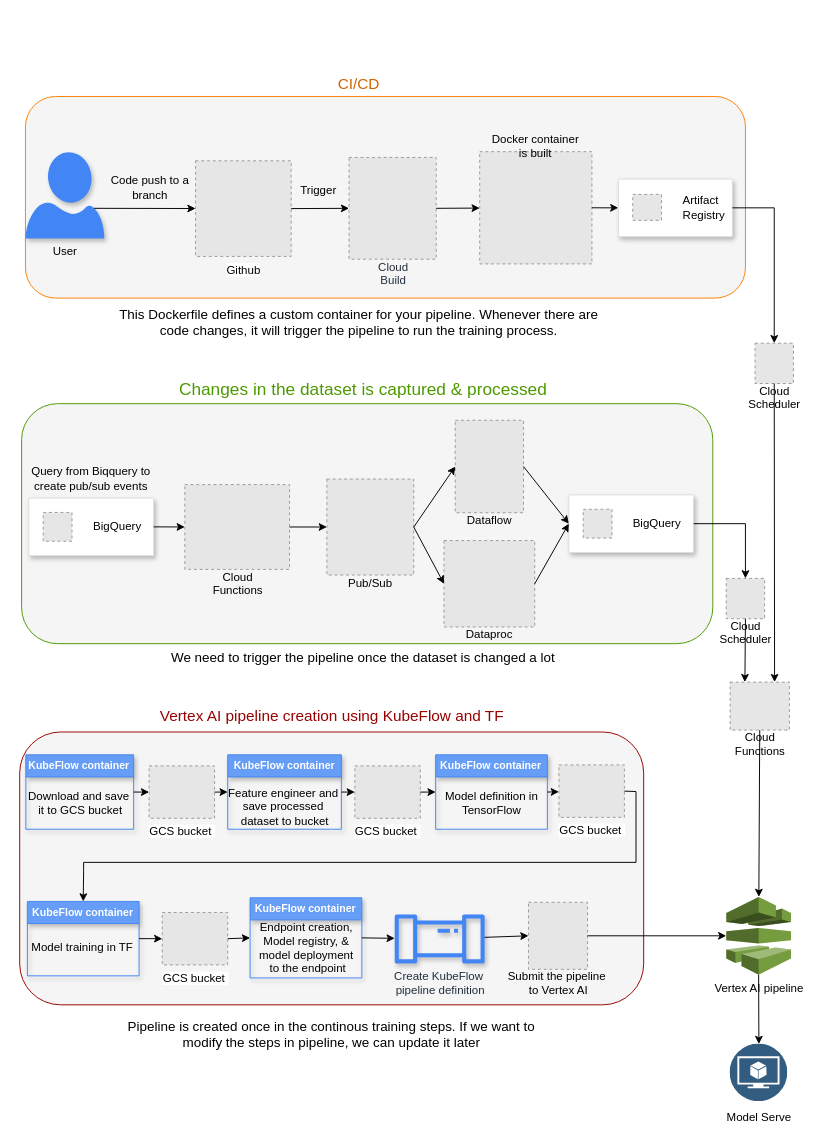
Earlier version of the draw.io diagram continous_training.drawio (dkarunakaran/CT-CD-MLOPS). Source tidied: cells renumbered, new cells numbered last; positions are measured from the earlier drawing's top-left corner, leaving out a move shared by most shapes. Both pictures are drawn from the tidied source at 96%, with x=0, y=0 at pixel (17, 60). Pictures stored in the file or linked from it are replaced by grey dashed boxes.
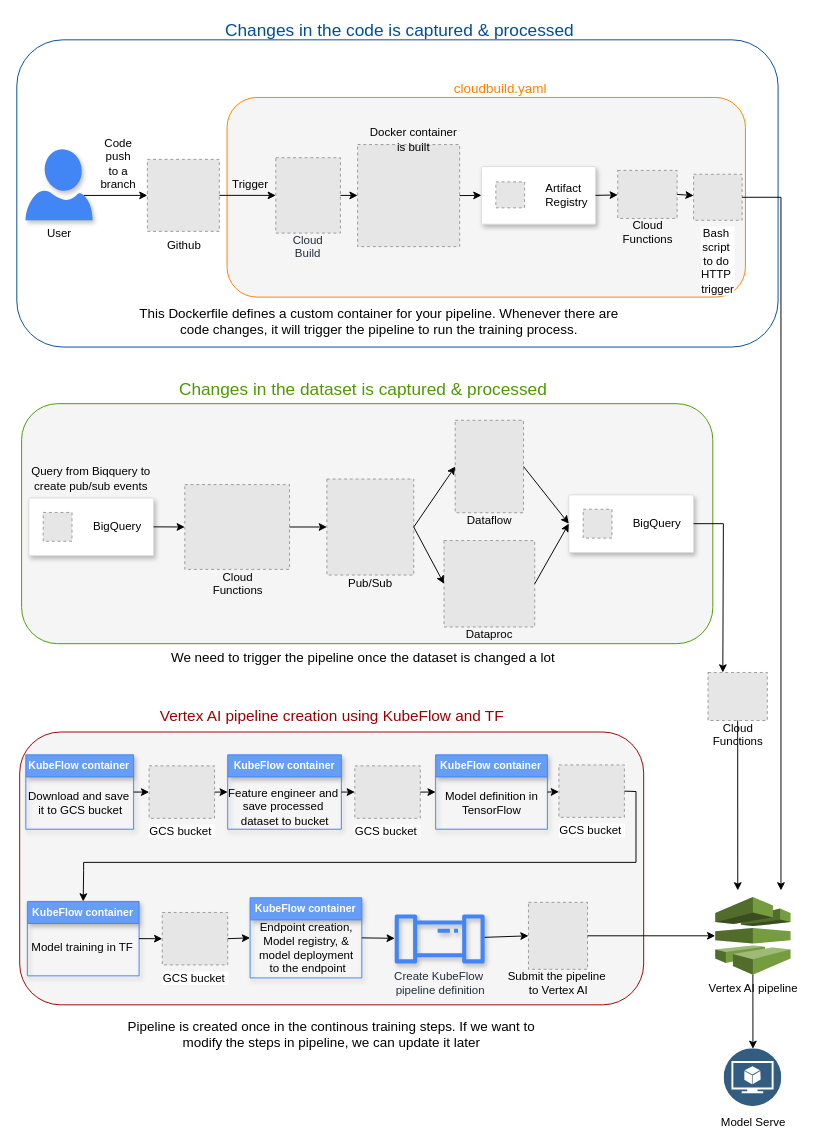
The same diagram, later.

Commit message:
Changes in architecture diagram editor

The change refers to these unchanged cells:
```xml
<mxCell id="63" style="strokeColor=#dddddd;shadow=1;strokeWidth=1;rounded=1;absoluteArcSize=1;arcSize=2;" parent="56" vertex="1">
  <mxGeometry x="470" y="77.7" width="130" height="60" as="geometry" />
</mxCell>
```

What changed in the source:
```diff
@@
     <mxCell id="2" style="group;fontColor=#000000;" parent="1" vertex="1">
-      <mxGeometry x="8" width="750" height="290" as="geometry" />
+      <mxGeometry x="8" y="-1" width="780" height="300" as="geometry" />
     </mxCell>
+    <mxCell id="85" style="rounded=1;whiteSpace=wrap;html=1;strokeColor=#004C99;" parent="2" vertex="1">
+      <mxGeometry x="-9" y="-20" width="793" height="320" as="geometry" />
+    </mxCell>
     <mxCell id="3" style="rounded=1;whiteSpace=wrap;html=1;fillColor=#f5f5f5;fontColor=#333333;strokeColor=#FF8000;" parent="2" vertex="1">
-      <mxGeometry y="38" width="750" height="210" as="geometry" />
+      <mxGeometry x="210" y="40" width="540" height="208" as="geometry" />
     </mxCell>
     <mxCell id="4" value="&lt;font style=&quot;font-size: 12px;&quot;&gt;Cloud&lt;br&gt;Build&lt;/font&gt;" style="fillColor=#E6E6E6;strokeColor=#999999;dashed=1;html=1;verticalAlign=top;labelPosition=center;verticalLabelPosition=bottom;align=center;spacingTop=-6;fontSize=11;fontStyle=0;fontColor=#232F3E;" parent="2" vertex="1">
-      <mxGeometry x="337.1" y="101.5" width="90.8" height="106" as="geometry" />
+      <mxGeometry x="260.8" y="102.8" width="67.3" height="78.5" as="geometry" />
     </mxCell>
-    <mxCell id="5" value="User" style="verticalLabelPosition=bottom;html=1;verticalAlign=top;align=center;strokeColor=none;fillColor=#4285F4;shape=mxgraph.azure.user;shadow=1;" parent="2" vertex="1">
-      <mxGeometry y="96" width="82.2" height="90" as="geometry" />
-    </mxCell>
     <mxCell id="6" value="Github" style="fillColor=#E6E6E6;strokeColor=#999999;dashed=1;html=1;verticalAlign=top;verticalLabelPosition=bottom;labelBackgroundColor=#ffffff;" parent="2" vertex="1">
-      <mxGeometry x="177.2" y="105" width="99.6" height="99.6" as="geometry" />
+      <mxGeometry x="127" y="104.5" width="75" height="75" as="geometry" />
     </mxCell>
-    <mxCell id="7" style="endArrow=classic;html=1;rounded=0;exitX=0.87;exitY=0.65;exitDx=0;exitDy=0;exitPerimeter=0;" parent="2" edge="1" source="5" target="6">
-      <mxGeometry relative="1" as="geometry" />
-    </mxCell>
@@
     <mxCell id="9" value="Code push to a branch" style="text;html=1;align=center;verticalAlign=middle;whiteSpace=wrap;rounded=0;" parent="2" vertex="1">
-      <mxGeometry x="82.2" y="118" width="95.9" height="30" as="geometry" />
+      <mxGeometry x="77" y="94" width="40" height="30" as="geometry" />
     </mxCell>
     <mxCell id="10" value="Trigger" style="text;html=1;align=center;verticalAlign=middle;whiteSpace=wrap;rounded=0;" parent="2" vertex="1">
-      <mxGeometry x="277.7" y="120.5" width="54.8" height="30" as="geometry" />
+      <mxGeometry x="207" y="116" width="54.8" height="30" as="geometry" />
     </mxCell>
@@
     <mxCell id="12" style="strokeColor=#dddddd;shadow=1;strokeWidth=1;rounded=1;absoluteArcSize=1;arcSize=2;" parent="2" vertex="1">
-      <mxGeometry x="617.6" y="124" width="118.8" height="60" as="geometry" />
+      <mxGeometry x="475" y="112" width="118.8" height="60" as="geometry" />
     </mxCell>
@@
     <mxCell id="14" style="group;shadow=1;" parent="2" vertex="1">
-      <mxGeometry x="473.2" y="75" width="116.9" height="148.5" as="geometry" />
+      <mxGeometry x="346" y="70.5" width="116.8" height="135" as="geometry" />
     </mxCell>
     <mxCell id="15" style="fillColor=#E6E6E6;strokeColor=#999999;dashed=1;html=1;verticalAlign=top;verticalLabelPosition=bottom;labelBackgroundColor=#ffffff;" parent="14" vertex="1">
-      <mxGeometry y="20.5" width="116.9" height="116.9" as="geometry" />
+      <mxGeometry y="18.6" width="106.3" height="106.3" as="geometry" />
     </mxCell>
     <mxCell id="16" value="Docker container is built" style="text;html=1;align=center;verticalAlign=middle;whiteSpace=wrap;rounded=0;" parent="14" vertex="1">
-      <mxGeometry x="10" width="96.8" height="30" as="geometry" />
+      <mxGeometry x="10" width="96.7" height="27.3" as="geometry" />
     </mxCell>
@@
-    <mxCell id="18" value="&lt;font style=&quot;font-size: 16px;&quot; color=&quot;#cc6600&quot;&gt;CI/CD&lt;/font&gt;" style="text;html=1;align=center;verticalAlign=middle;whiteSpace=wrap;rounded=0;" parent="2" vertex="1">
-      <mxGeometry x="319.8" y="10" width="54.8" height="30" as="geometry" />
-    </mxCell>
     <mxCell id="19" value="&lt;font style=&quot;font-size: 14px;&quot;&gt;This Dockerfile defines a custom container for your pipeline. Whenever there are code changes, it will trigger the pipeline to run the training process.&lt;/font&gt;" style="text;html=1;align=center;verticalAlign=middle;whiteSpace=wrap;rounded=0;" parent="2" vertex="1">
-      <mxGeometry x="95.9" y="258" width="502.5" height="30" as="geometry" />
+      <mxGeometry x="117" y="258" width="502.5" height="30" as="geometry" />
     </mxCell>
+    <mxCell id="5" value="User" style="verticalLabelPosition=bottom;html=1;verticalAlign=top;align=center;strokeColor=none;fillColor=#4285F4;shape=mxgraph.azure.user;shadow=1;" parent="2" vertex="1">
+      <mxGeometry y="94" width="70" height="74" as="geometry" />
+    </mxCell>
+    <mxCell id="7" style="endArrow=classic;html=1;rounded=0;exitX=0.87;exitY=0.65;exitDx=0;exitDy=0;exitPerimeter=0;" parent="2" edge="1" source="5" target="6">
+      <mxGeometry relative="1" as="geometry" />
+    </mxCell>
+    <mxCell id="86" value="Cloud&#10;Functions" style="fillColor=#E6E6E6;strokeColor=#999999;dashed=1;html=1;verticalAlign=top;labelPosition=center;verticalLabelPosition=bottom;align=center;spacingTop=-6;fontSize=12;fontStyle=0;fontColor=#000000;" parent="2" vertex="1">
+      <mxGeometry x="617" y="116" width="61.8" height="50" as="geometry" />
+    </mxCell>
+    <mxCell id="87" style="endArrow=classic;html=1;rounded=0;exitX=1;exitY=0.5;exitDx=0;exitDy=0;" parent="2" edge="1" source="12" target="86">
+      <mxGeometry relative="1" as="geometry" />
+    </mxCell>
+    <mxCell id="88" value="&lt;font color=&quot;#ff8000&quot; style=&quot;font-size: 14px;&quot;&gt;cloudbuild.yaml&lt;/font&gt;" style="text;html=1;align=center;verticalAlign=middle;whiteSpace=wrap;rounded=0;" parent="2" vertex="1">
+      <mxGeometry x="465" y="16" width="60" height="30" as="geometry" />
+    </mxCell>
+    <mxCell id="89" value="Bash&amp;nbsp;&lt;div&gt;script&amp;nbsp;&lt;div&gt;to do&amp;nbsp;&lt;/div&gt;&lt;div&gt;HTTP&amp;nbsp;&lt;/div&gt;&lt;div&gt;trigger&lt;/div&gt;&lt;/div&gt;" style="fillColor=#E6E6E6;strokeColor=#999999;dashed=1;html=1;verticalLabelPosition=bottom;labelBackgroundColor=#ffffff;verticalAlign=top;" parent="2" vertex="1">
+      <mxGeometry x="696" y="120" width="50.5" height="48" as="geometry" />
+    </mxCell>
+    <mxCell id="90" style="endArrow=classic;html=1;rounded=0;exitX=1;exitY=0.5;exitDx=0;exitDy=0;" parent="2" edge="1" source="86" target="89">
+      <mxGeometry relative="1" as="geometry" />
+    </mxCell>
@@
     <mxCell id="73" value="Vertex AI pipeline" style="outlineConnect=0;dashed=0;verticalLabelPosition=bottom;verticalAlign=top;align=center;html=1;shape=mxgraph.aws3.codepipeline;fillColor=#759C3E;gradientColor=none;" parent="1" vertex="1">
-      <mxGeometry x="738" y="871.8" width="67.5" height="81" as="geometry" />
+      <mxGeometry x="726.5" y="871.8" width="78.5" height="81" as="geometry" />
     </mxCell>
@@
-    <mxCell id="75" style="endArrow=classic;html=1;rounded=0;exitX=1;exitY=0.5;exitDx=0;exitDy=0;" parent="1" edge="1" source="12" target="80">
-      <mxGeometry relative="1" as="geometry">
-        <Array as="points">
-          <mxPoint x="788" y="154" />
-        </Array>
-      </mxGeometry>
-    </mxCell>
     <mxCell id="76" value="Cloud&#10;Functions" style="fillColor=#E6E6E6;strokeColor=#999999;dashed=1;html=1;verticalAlign=top;labelPosition=center;verticalLabelPosition=bottom;align=center;spacingTop=-6;fontSize=12;fontStyle=0;fontColor=#000000;" parent="1" vertex="1">
-      <mxGeometry x="742" y="648" width="61.8" height="50" as="geometry" />
+      <mxGeometry x="719" y="638" width="61.8" height="50" as="geometry" />
     </mxCell>
-    <mxCell id="77" style="endArrow=classic;html=1;rounded=0;exitX=0.5;exitY=1;exitDx=0;exitDy=0;" parent="1" edge="1" source="76" target="73">
-      <mxGeometry relative="1" as="geometry" />
+    <mxCell id="77" value="&lt;div&gt;&lt;br&gt;&lt;/div&gt;&lt;div&gt;&lt;br&gt;&lt;/div&gt;" style="endArrow=classic;html=1;rounded=0;exitX=0.5;exitY=1;exitDx=0;exitDy=0;" parent="1" edge="1" source="76">
+      <mxGeometry relative="1" as="geometry">
+        <mxPoint x="750" y="865" as="targetPoint" />
+      </mxGeometry>
     </mxCell>
     <mxCell id="78" value="&lt;font color=&quot;#000000&quot;&gt;Model Serve&lt;/font&gt;" style="image;perimeter=ellipsePerimeter;html=1;align=center;shadow=0;dashed=0;fontColor=#4277BB;labelBackgroundColor=default;fontSize=12;spacingTop=3;image=img/lib/ibm/data/model.svg;" parent="1" vertex="1">
-      <mxGeometry x="742" y="1025" width="60" height="60" as="geometry" />
+      <mxGeometry x="735.8" y="1030" width="60" height="60" as="geometry" />
     </mxCell>
@@
-    <mxCell id="80" value="&lt;font color=&quot;#000000&quot; style=&quot;font-size: 12px; font-weight: normal;&quot;&gt;Cloud&lt;br&gt;Scheduler&lt;/font&gt;" style="fillColor=#E6E6E6;strokeColor=#999999;dashed=1;html=1;verticalAlign=top;labelPosition=center;verticalLabelPosition=bottom;align=center;spacingTop=-6;fontSize=11;fontStyle=1;fontColor=#999999;" parent="1" vertex="1">
-      <mxGeometry x="768" y="295" width="40" height="42" as="geometry" />
-    </mxCell>
-    <mxCell id="81" value="&lt;font color=&quot;#000000&quot; style=&quot;font-size: 12px; font-weight: normal;&quot;&gt;Cloud&lt;br&gt;Scheduler&lt;/font&gt;" style="fillColor=#E6E6E6;strokeColor=#999999;dashed=1;html=1;verticalAlign=top;labelPosition=center;verticalLabelPosition=bottom;align=center;spacingTop=-6;fontSize=11;fontStyle=1;fontColor=#999999;" parent="1" vertex="1">
-      <mxGeometry x="738" y="540" width="40" height="42" as="geometry" />
-    </mxCell>
-    <mxCell id="82" style="endArrow=classic;html=1;rounded=0;exitX=1;exitY=0.5;exitDx=0;exitDy=0;entryX=0.5;entryY=0;entryDx=0;entryDy=0;" parent="1" edge="1" source="63" target="81">
+    <mxCell id="82" style="endArrow=classic;html=1;rounded=0;exitX=1;exitY=0.5;exitDx=0;exitDy=0;entryX=0.25;entryY=0;entryDx=0;entryDy=0;" parent="1" edge="1" source="63" target="76">
       <mxGeometry relative="1" as="geometry">
         <Array as="points">
-          <mxPoint x="758" y="483" />
+          <mxPoint x="735" y="483" />
         </Array>
       </mxGeometry>
     </mxCell>
-    <mxCell id="83" style="endArrow=classic;html=1;rounded=0;exitX=0.5;exitY=1;exitDx=0;exitDy=0;entryX=0.25;entryY=0;entryDx=0;entryDy=0;" parent="1" edge="1" source="81" target="76">
-      <mxGeometry relative="1" as="geometry" />
-    </mxCell>
-    <mxCell id="84" style="endArrow=classic;html=1;rounded=0;exitX=0.5;exitY=1;exitDx=0;exitDy=0;entryX=0.75;entryY=0;entryDx=0;entryDy=0;" parent="1" edge="1" source="80" target="76">
-      <mxGeometry relative="1" as="geometry" />
-    </mxCell>
+    <mxCell id="91" style="endArrow=classic;html=1;rounded=0;" parent="1" edge="1" source="89">
+      <mxGeometry relative="1" as="geometry">
+        <mxPoint x="795" y="865" as="targetPoint" />
+        <Array as="points">
+          <mxPoint x="795" y="143" />
+        </Array>
+      </mxGeometry>
+    </mxCell>
+    <mxCell id="18" style="text;html=1;align=center;verticalAlign=middle;whiteSpace=wrap;rounded=0;" parent="1" vertex="1">
+      <mxGeometry x="370.6" y="-45" width="54.8" height="30" as="geometry" />
+    </mxCell>
+    <mxCell id="92" value="&lt;font color=&quot;#004c99&quot; style=&quot;font-size: 18px;&quot;&gt;Changes in the code is captured &amp;amp; processed&lt;/font&gt;" style="text;html=1;align=center;verticalAlign=middle;whiteSpace=wrap;rounded=0;" parent="1" vertex="1">
+      <mxGeometry x="142" y="-45" width="512" height="30" as="geometry" />
+    </mxCell>
```
